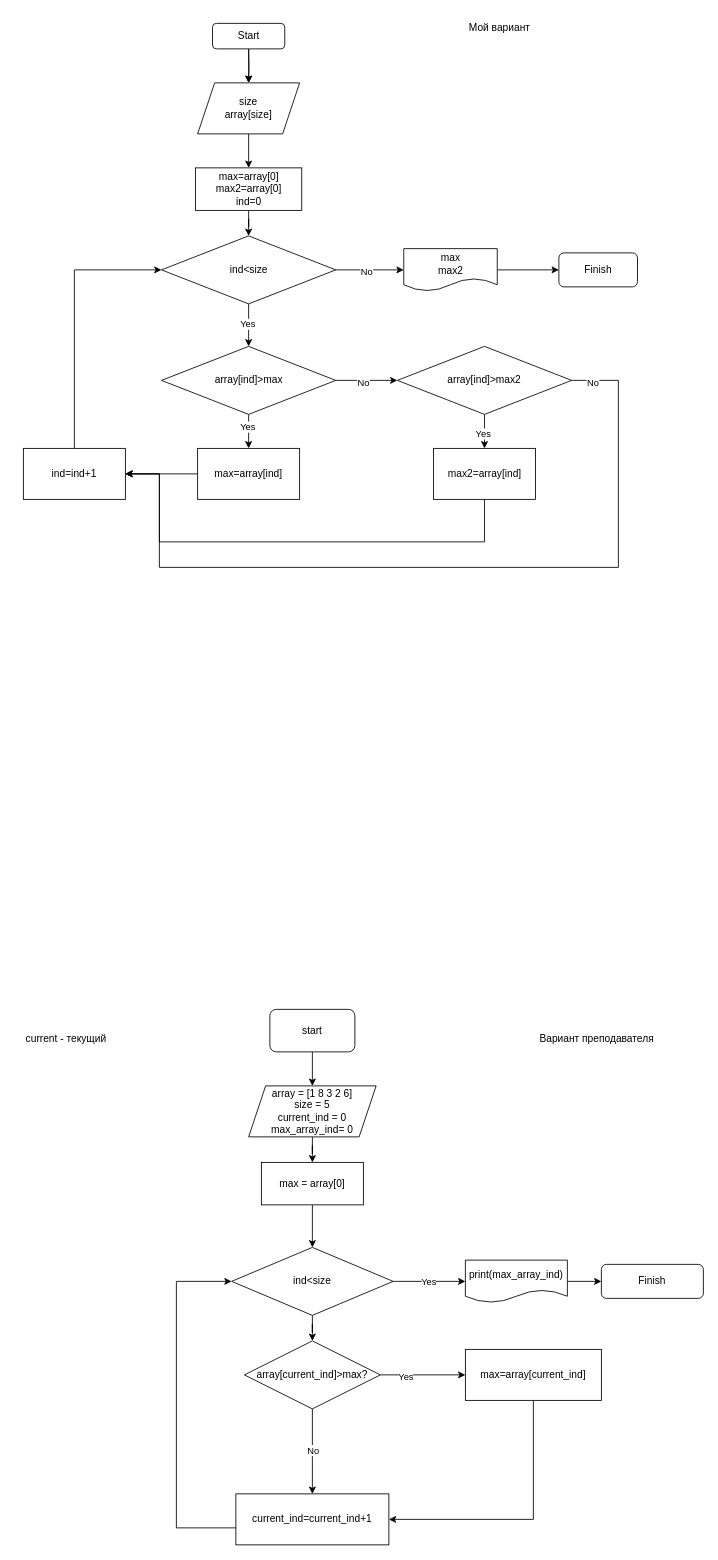
margobiyun/python keeps this draw.io diagram as page "Лекция3. Task1" (14 of 14) of Homework6/9/22.drawio. Above is the earlier version. Source tidied: cells renumbered, new cells numbered last; positions are measured from the earlier drawing's top-left corner, leaving out a move shared by most shapes. Both pictures are drawn from the tidied source at 85%, with x=0, y=0 at pixel (14, 14).
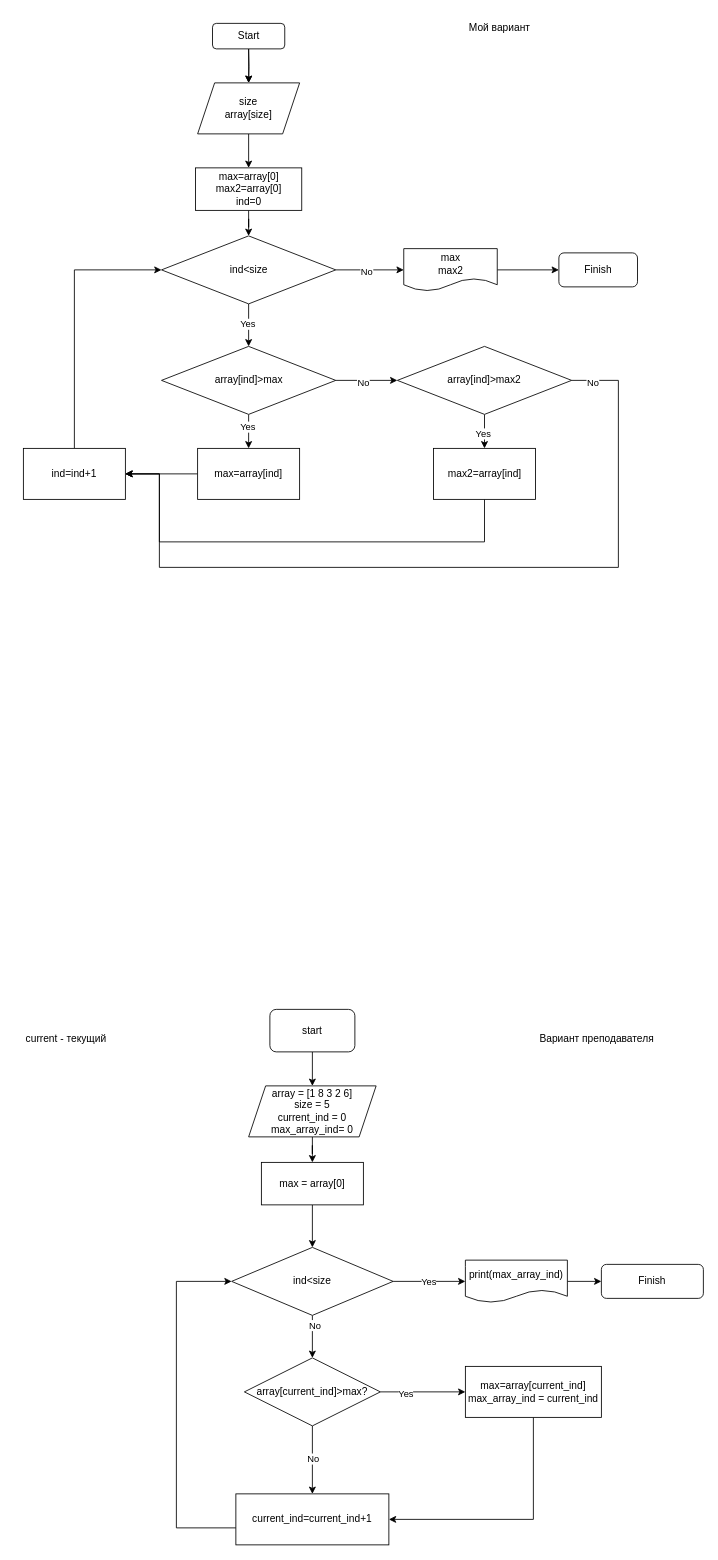
Above is the later version.

Unchanged cells that the change refers to:
```xml
<mxCell id="42" style="edgeStyle=orthogonalEdgeStyle;rounded=0;jettySize=auto;html=1;" parent="1" edge="1" source="43" target="50">
  <mxGeometry relative="1" as="geometry" />
</mxCell>
```

The edit, as a diff of the source:
```diff
@@
+    <mxCell id="58" value="No" style="edgeLabel;html=1;align=center;verticalAlign=middle;" parent="42" vertex="1">
+      <mxGeometry x="-0.55" y="2" relative="1" as="geometry" />
+    </mxCell>
@@
     <mxCell id="50" value="array[current_ind]&amp;gt;max?" style="rhombus;whiteSpace=wrap;html=1;" parent="1" vertex="1">
-      <mxGeometry x="270" y="1560" width="160" height="80" as="geometry" />
+      <mxGeometry x="270" y="1580" width="160" height="80" as="geometry" />
     </mxCell>
@@
-    <mxCell id="52" value="max=array[current_ind]" style="whiteSpace=wrap;html=1;" parent="1" vertex="1">
-      <mxGeometry x="530" y="1570" width="160" height="60" as="geometry" />
+    <mxCell id="52" value="max=array[current_ind]&lt;br&gt;max_array_ind = current_ind" style="whiteSpace=wrap;html=1;" parent="1" vertex="1">
+      <mxGeometry x="530" y="1590" width="160" height="60" as="geometry" />
     </mxCell>
```
